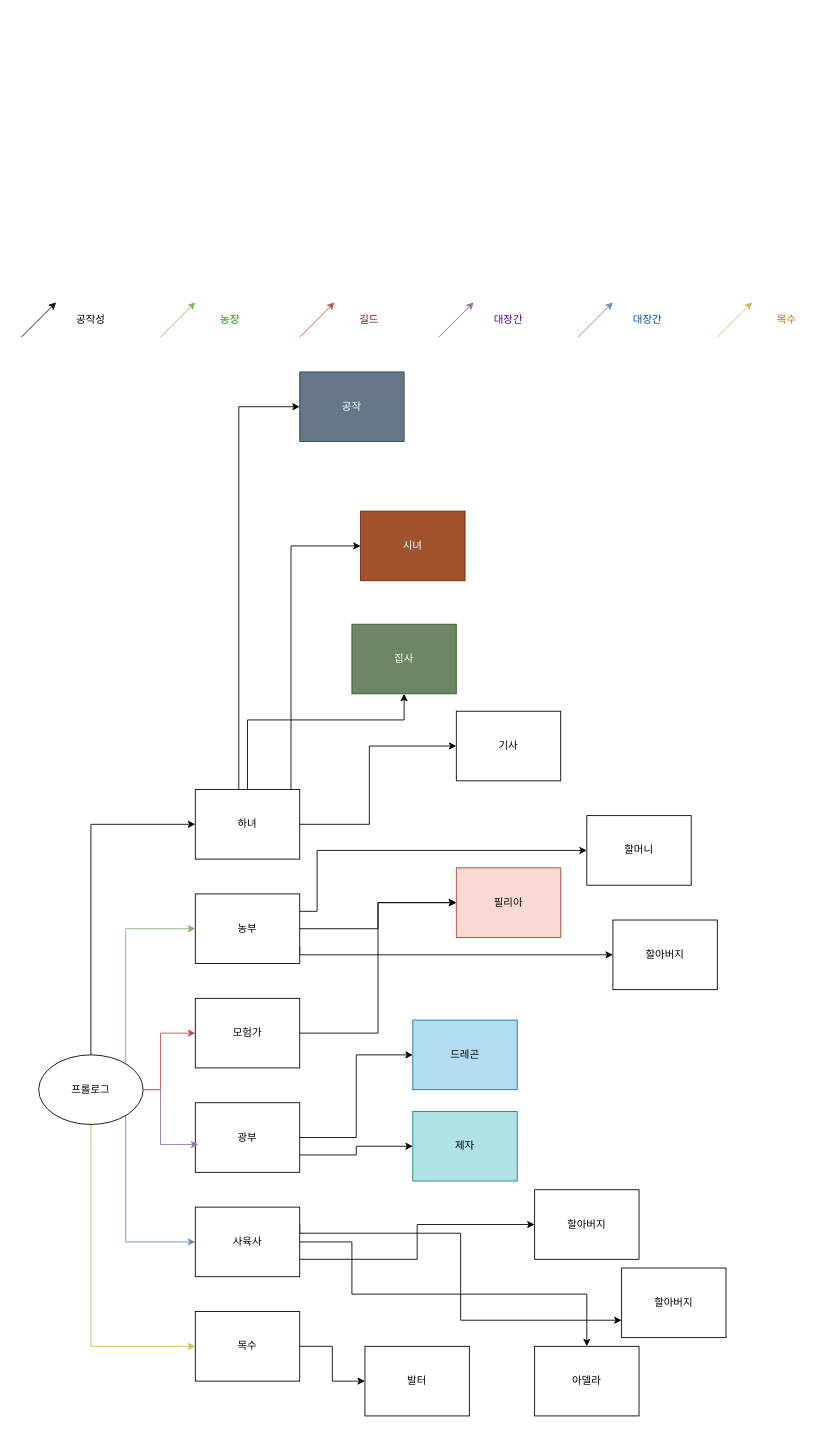
Earlier version of the draw.io diagram 스토리다이어그램.drawio (dlwlstjs/welcome-to-starting-village). Source tidied: cells renumbered, new cells numbered last; positions are measured from the earlier drawing's top-left corner, leaving out a move shared by most shapes. Both pictures are drawn from the tidied source at 87%, with x=0, y=0 at pixel (21, 302).
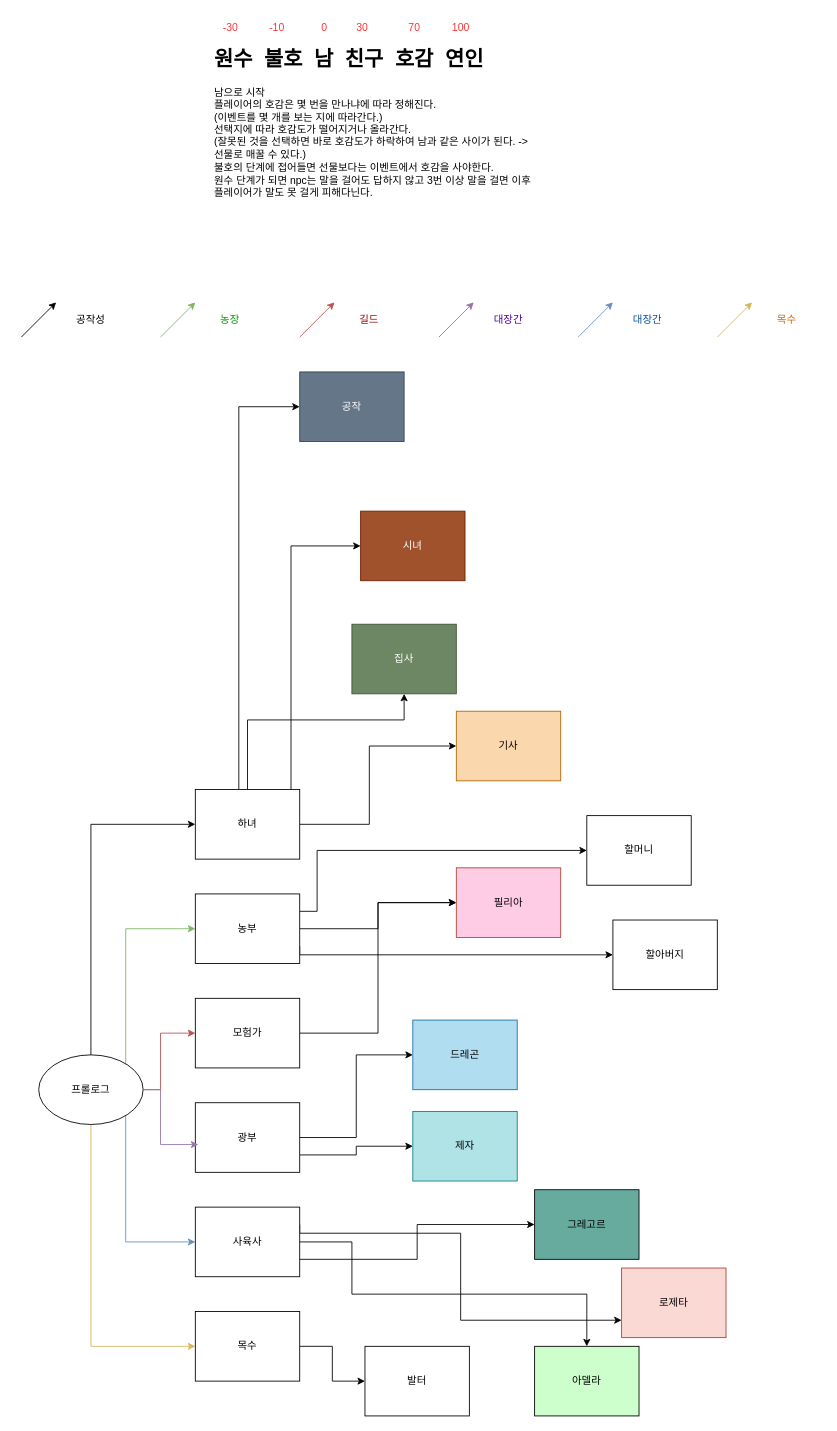
After the change.

Commit message:
호감 단계 작성 완료

Change to the diagram source:
```diff
@@
-    <mxCell id="44" value="기사" style="rounded=0;whiteSpace=wrap;html=1;" parent="1" vertex="1">
+    <mxCell id="44" value="기사" style="rounded=0;whiteSpace=wrap;html=1;fillColor=#fad7ac;strokeColor=#b46504;" parent="1" vertex="1">
       <mxGeometry x="500" y="470" width="120" height="80" as="geometry" />
     </mxCell>
@@
-    <mxCell id="47" value="필리아" style="rounded=0;whiteSpace=wrap;html=1;fillColor=#fad9d5;strokeColor=#ae4132;" parent="1" vertex="1">
+    <mxCell id="47" value="필리아" style="rounded=0;whiteSpace=wrap;html=1;fillColor=#FFCCE6;strokeColor=#ae4132;" parent="1" vertex="1">
       <mxGeometry x="500" y="650" width="120" height="80" as="geometry" />
     </mxCell>
@@
-    <mxCell id="50" value="할아버지" style="rounded=0;whiteSpace=wrap;html=1;" parent="1" vertex="1">
+    <mxCell id="50" value="그레고르" style="rounded=0;whiteSpace=wrap;html=1;fillColor=#67AB9F;" parent="1" vertex="1">
       <mxGeometry x="590" y="1020" width="120" height="80" as="geometry" />
     </mxCell>
-    <mxCell id="51" value="할아버지" style="rounded=0;whiteSpace=wrap;html=1;" parent="1" vertex="1">
+    <mxCell id="51" value="로제타" style="rounded=0;whiteSpace=wrap;html=1;fillColor=#fad9d5;strokeColor=#ae4132;" parent="1" vertex="1">
       <mxGeometry x="690" y="1110" width="120" height="80" as="geometry" />
     </mxCell>
-    <mxCell id="52" value="아델라" style="rounded=0;whiteSpace=wrap;html=1;" parent="1" vertex="1">
+    <mxCell id="52" value="아델라" style="rounded=0;whiteSpace=wrap;html=1;fillColor=#CCFFCC;" parent="1" vertex="1">
       <mxGeometry x="590" y="1200" width="120" height="80" as="geometry" />
     </mxCell>
@@
+    <mxCell id="54" value="&lt;h1 style=&quot;margin-top: 0px;&quot;&gt;원수&amp;nbsp; 불호&amp;nbsp; 남&amp;nbsp; 친구&amp;nbsp; 호감&amp;nbsp; 연인&lt;/h1&gt;&lt;div&gt;남으로 시작&lt;/div&gt;&lt;div&gt;플레이어의 호감은 몇 번을 만나냐에 따라 정해진다.&lt;/div&gt;&lt;div&gt;(이벤트를 몇 개를 보는 지에 따라간다.)&lt;/div&gt;&lt;div&gt;선택지에 따라 호감도가 떨어지거나 올라간다.&lt;/div&gt;&lt;div&gt;(잘못된 것을 선택하면 바로 호감도가 하락하여 남과 같은 사이가 된다. -&amp;gt; 선물로 매꿀 수 있다.)&lt;/div&gt;&lt;div&gt;불호의 단계에 접어들면 선물보다는 이벤트에서 호감을 사야한다.&lt;/div&gt;&lt;div&gt;원수 단계가 되면 npc는 말을 걸어도 답하지 않고 3번 이상 말을 걸면 이후 플레이어가 말도 못 걸게 피해다닌다.&lt;/div&gt;" style="text;html=1;whiteSpace=wrap;overflow=hidden;rounded=0;" parent="1" vertex="1">
+      <mxGeometry x="220" y="-300" width="370" height="190" as="geometry" />
+    </mxCell>
+    <mxCell id="55" value="&lt;div style=&quot;&quot;&gt;&lt;span style=&quot;background-color: transparent;&quot;&gt;-30&lt;/span&gt;&lt;span style=&quot;background-color: transparent; white-space: pre;&quot;&gt;&#9;&lt;span style=&quot;white-space: pre;&quot;&gt;&#9;&lt;/span&gt;&lt;/span&gt;&lt;span style=&quot;background-color: transparent;&quot;&gt;-10&lt;/span&gt;&lt;span style=&quot;background-color: transparent; white-space: pre;&quot;&gt;&#9; &lt;span style=&quot;white-space: pre;&quot;&gt;&#9;&lt;/span&gt; &lt;/span&gt;&amp;nbsp;&lt;span style=&quot;background-color: transparent;&quot;&gt;0&lt;/span&gt;&lt;span style=&quot;background-color: transparent; white-space: pre;&quot;&gt;&#9;&lt;/span&gt;&lt;span style=&quot;background-color: transparent;&quot;&gt;&amp;nbsp; &amp;nbsp; &amp;nbsp;&amp;nbsp;&lt;/span&gt;&lt;span style=&quot;background-color: transparent;&quot;&gt;30&lt;/span&gt;&lt;span style=&quot;background-color: transparent; white-space: pre;&quot;&gt;&#9;&lt;/span&gt;&lt;span style=&quot;background-color: transparent;&quot;&gt;&amp;nbsp; &amp;nbsp;&lt;span style=&quot;white-space: pre;&quot;&gt;&#9;&lt;/span&gt;&lt;/span&gt;&lt;span style=&quot;background-color: transparent;&quot;&gt;70&lt;/span&gt;&lt;span style=&quot;background-color: transparent; white-space: pre;&quot;&gt;&#9;&lt;/span&gt;&lt;span style=&quot;background-color: transparent;&quot;&gt;&amp;nbsp; &amp;nbsp; &amp;nbsp; &amp;nbsp;&lt;/span&gt;&lt;span style=&quot;background-color: transparent;&quot;&gt;100&lt;/span&gt;&lt;/div&gt;" style="text;html=1;whiteSpace=wrap;strokeColor=none;fillColor=none;align=left;verticalAlign=middle;rounded=0;fontColor=#FF3333;" parent="1" vertex="1">
+      <mxGeometry x="230" y="-330" width="300" height="30" as="geometry" />
+    </mxCell>
```
